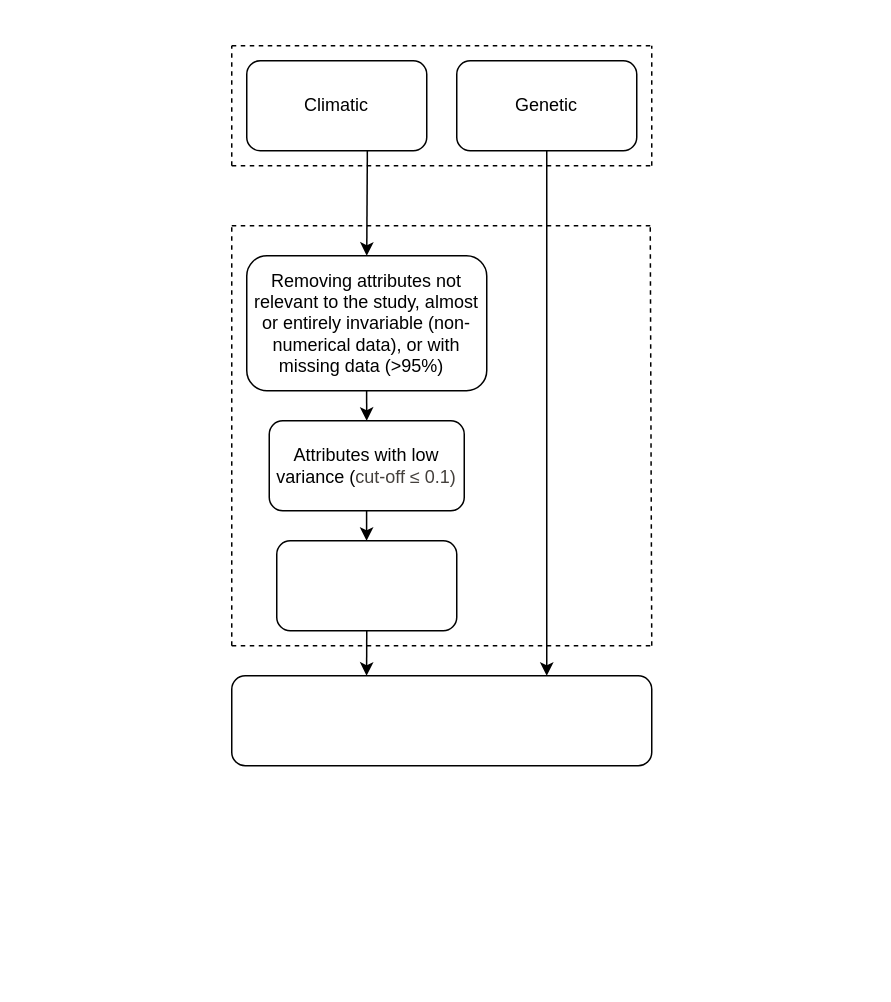
Above: papers/Gagnon_Kebe_Tahiri/diagram.drawio in scipy-conference/scipy_proceedings (draw.io), before the change. Source tidied: cells renumbered, new cells numbered last; positions are measured from the earlier drawing's top-left corner, leaving out a move shared by most shapes. Both pictures are drawn from the tidied source at 150%, with x=0, y=0 at pixel (231, 45).
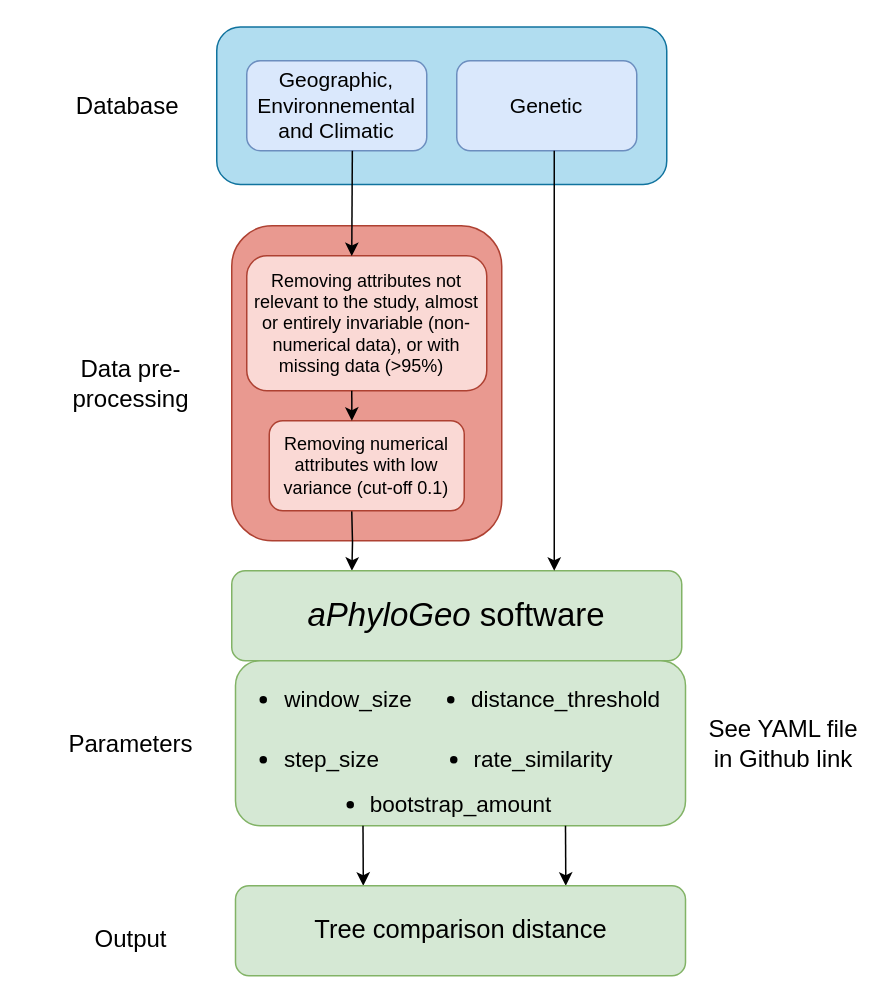
The same diagram, later.

Commit message:
Mettre à jour diagram.drawio

Diff of the diagram source:
```diff
@@
-    <mxCell id="2" style="endArrow=none;dashed=1;html=1;rounded=0;" parent="1" edge="1">
-      <mxGeometry relative="1" as="geometry">
-        <mxPoint as="sourcePoint" />
-        <mxPoint x="280" as="targetPoint" />
-      </mxGeometry>
-    </mxCell>
+    <mxCell id="21" style="rounded=1;whiteSpace=wrap;html=1;fillColor=#e99990;strokeColor=#ae4132;gradientColor=none;" parent="1" vertex="1">
+      <mxGeometry y="120" width="180" height="210" as="geometry" />
+    </mxCell>
+    <mxCell id="22" style="rounded=1;whiteSpace=wrap;html=1;fillColor=#b1ddf0;strokeColor=#10739e;" parent="1" vertex="1">
+      <mxGeometry x="-10" y="-12.5" width="300" height="105" as="geometry" />
+    </mxCell>
-    <mxCell id="3" value="Climatic" style="rounded=1;whiteSpace=wrap;html=1;" parent="1" vertex="1">
+    <mxCell id="3" value="&lt;font style=&quot;font-size: 14px;&quot;&gt;Geographic, Environnemental and Climatic&lt;/font&gt;" style="rounded=1;whiteSpace=wrap;html=1;fillColor=#dae8fc;strokeColor=#6c8ebf;" parent="1" vertex="1">
       <mxGeometry x="10" y="10" width="120" height="60" as="geometry" />
     </mxCell>
-    <mxCell id="4" value="Genetic" style="rounded=1;whiteSpace=wrap;html=1;" parent="1" vertex="1">
+    <mxCell id="4" value="&lt;font style=&quot;font-size: 14px;&quot;&gt;Genetic&lt;/font&gt;" style="rounded=1;whiteSpace=wrap;html=1;fillColor=#dae8fc;strokeColor=#6c8ebf;" parent="1" vertex="1">
       <mxGeometry x="150" y="10" width="120" height="60" as="geometry" />
     </mxCell>
-    <mxCell id="5" style="endArrow=none;dashed=1;html=1;rounded=0;" parent="1" edge="1">
-      <mxGeometry relative="1" as="geometry">
-        <mxPoint y="80" as="sourcePoint" />
-        <mxPoint as="targetPoint" />
-      </mxGeometry>
-    </mxCell>
-    <mxCell id="6" style="endArrow=none;dashed=1;html=1;rounded=0;" parent="1" edge="1">
-      <mxGeometry relative="1" as="geometry">
-        <mxPoint y="80" as="sourcePoint" />
-        <mxPoint x="280" y="80" as="targetPoint" />
-      </mxGeometry>
-    </mxCell>
-    <mxCell id="7" style="endArrow=none;dashed=1;html=1;rounded=0;" parent="1" edge="1">
-      <mxGeometry relative="1" as="geometry">
-        <mxPoint x="280" y="80" as="sourcePoint" />
-        <mxPoint x="280" as="targetPoint" />
-      </mxGeometry>
-    </mxCell>
-    <mxCell id="8" style="endArrow=none;dashed=1;html=1;rounded=0;" parent="1" edge="1">
-      <mxGeometry relative="1" as="geometry">
-        <mxPoint y="120" as="sourcePoint" />
-        <mxPoint x="280" y="120" as="targetPoint" />
-      </mxGeometry>
-    </mxCell>
-    <mxCell id="9" style="endArrow=none;dashed=1;html=1;rounded=0;" parent="1" edge="1">
-      <mxGeometry relative="1" as="geometry">
-        <mxPoint y="400" as="sourcePoint" />
-        <mxPoint y="120" as="targetPoint" />
-      </mxGeometry>
-    </mxCell>
-    <mxCell id="10" value="Removing attributes not relevant to the study, almost or entirely invariable (non-numerical data), or with missing data (&amp;gt;95%)&amp;nbsp;&amp;nbsp;" style="rounded=1;whiteSpace=wrap;html=1;" parent="1" vertex="1">
+    <mxCell id="10" value="Removing attributes not relevant to the study, almost or entirely invariable (non-numerical data), or with missing data (&amp;gt;95%)&amp;nbsp;&amp;nbsp;" style="rounded=1;whiteSpace=wrap;html=1;fillColor=#fad9d5;strokeColor=#ae4132;" parent="1" vertex="1">
       <mxGeometry x="10" y="140" width="160" height="90" as="geometry" />
     </mxCell>
-    <mxCell id="11" style="edgeStyle=orthogonalEdgeStyle;rounded=0;orthogonalLoop=1;jettySize=auto;html=1;" parent="1" edge="1">
+    <mxCell id="11" style="edgeStyle=orthogonalEdgeStyle;rounded=0;orthogonalLoop=1;jettySize=auto;html=1;entryX=0.5;entryY=0;entryDx=0;entryDy=0;" parent="1" edge="1">
       <mxGeometry relative="1" as="geometry">
-        <mxPoint x="89.9" y="310" as="sourcePoint" />
-        <mxPoint x="89.9" y="330" as="targetPoint" />
+        <mxPoint x="80" y="310" as="sourcePoint" />
+        <mxPoint x="80.1" y="350" as="targetPoint" />
       </mxGeometry>
     </mxCell>
-    <mxCell id="12" value="Attributes with low variance &lt;font style=&quot;font-size: 12px;&quot; face=&quot;Helvetica&quot;&gt;(&lt;span style=&quot;color: rgb(68, 64, 60); text-align: start; background-color: rgb(255, 255, 255);&quot;&gt;cut-off ≤ 0.1)&lt;/span&gt;&lt;/font&gt;" style="rounded=1;whiteSpace=wrap;html=1;" parent="1" vertex="1">
+    <mxCell id="12" value="&lt;div style=&quot;&quot;&gt;&lt;span style=&quot;background-color: initial;&quot;&gt;Removing numerical attributes with low variance (cut-off 0.1)&lt;/span&gt;&lt;/div&gt;" style="rounded=1;whiteSpace=wrap;html=1;fillColor=#fad9d5;strokeColor=#ae4132;align=center;" parent="1" vertex="1">
       <mxGeometry x="25" y="250" width="130" height="60" as="geometry" />
     </mxCell>
-    <mxCell id="13" style="rounded=1;whiteSpace=wrap;html=1;" parent="1" vertex="1">
-      <mxGeometry x="30" y="330" width="120" height="60" as="geometry" />
-    </mxCell>
-    <mxCell id="14" style="endArrow=none;dashed=1;html=1;rounded=0;" parent="1" edge="1">
-      <mxGeometry relative="1" as="geometry">
-        <mxPoint y="400" as="sourcePoint" />
-        <mxPoint x="280" y="400" as="targetPoint" />
-      </mxGeometry>
-    </mxCell>
-    <mxCell id="15" style="endArrow=none;dashed=1;html=1;rounded=0;" parent="1" edge="1">
-      <mxGeometry relative="1" as="geometry">
-        <mxPoint x="280" y="400" as="sourcePoint" />
-        <mxPoint x="279" y="120" as="targetPoint" />
-      </mxGeometry>
-    </mxCell>
-    <mxCell id="16" style="endArrow=classic;html=1;rounded=0;entryX=0.5;entryY=0;entryDx=0;entryDy=0;exitX=0.67;exitY=0.997;exitDx=0;exitDy=0;exitPerimeter=0;" parent="1" edge="1" source="3" target="10">
-      <mxGeometry relative="1" as="geometry" />
+    <mxCell id="16" style="endArrow=classic;html=1;rounded=0;entryX=0.5;entryY=0;entryDx=0;entryDy=0;exitX=0.67;exitY=0.997;exitDx=0;exitDy=0;exitPerimeter=0;" parent="1" edge="1">
+      <mxGeometry relative="1" as="geometry">
+        <mxPoint x="80.4" y="70" as="sourcePoint" />
+        <mxPoint x="80" y="140.2" as="targetPoint" />
+      </mxGeometry>
     </mxCell>
     <mxCell id="17" style="endArrow=classic;html=1;rounded=0;exitX=0.5;exitY=1;exitDx=0;exitDy=0;" parent="1" edge="1">
       <mxGeometry relative="1" as="geometry">
-        <mxPoint x="89.9" y="230" as="sourcePoint" />
-        <mxPoint x="90" y="250" as="targetPoint" />
+        <mxPoint x="80" y="230" as="sourcePoint" />
+        <mxPoint x="80.1" y="250" as="targetPoint" />
       </mxGeometry>
     </mxCell>
-    <mxCell id="18" style="rounded=1;whiteSpace=wrap;html=1;" parent="1" vertex="1">
-      <mxGeometry y="420" width="280" height="60" as="geometry" />
+    <mxCell id="18" value="&lt;font style=&quot;font-size: 22px;&quot;&gt;&lt;i&gt;aPhyloGeo&lt;/i&gt; software&lt;/font&gt;" style="rounded=1;whiteSpace=wrap;html=1;fillColor=#d5e8d4;strokeColor=#82b366;" parent="1" vertex="1">
+      <mxGeometry y="350" width="300" height="60" as="geometry" />
     </mxCell>
-    <mxCell id="19" style="endArrow=classic;html=1;rounded=0;entryX=0.303;entryY=0.003;entryDx=0;entryDy=0;entryPerimeter=0;exitX=0.458;exitY=1.021;exitDx=0;exitDy=0;exitPerimeter=0;" parent="1" edge="1">
-      <mxGeometry relative="1" as="geometry">
-        <mxPoint x="90" y="389.8" as="sourcePoint" />
-        <mxPoint x="89.9" y="420" as="targetPoint" />
-      </mxGeometry>
-    </mxCell>
-    <mxCell id="20" style="endArrow=classic;html=1;rounded=0;exitX=0.5;exitY=1;exitDx=0;exitDy=0;entryX=0.75;entryY=0;entryDx=0;entryDy=0;" parent="1" edge="1" source="4" target="18">
-      <mxGeometry relative="1" as="geometry" />
+    <mxCell id="20" style="endArrow=classic;html=1;rounded=0;entryX=0.75;entryY=0;entryDx=0;entryDy=0;exitX=0.625;exitY=1;exitDx=0;exitDy=0;exitPerimeter=0;" parent="1" edge="1">
+      <mxGeometry relative="1" as="geometry">
+        <mxPoint x="215" y="70" as="sourcePoint" />
+        <mxPoint x="215" y="350" as="targetPoint" />
+      </mxGeometry>
     </mxCell>
+    <mxCell id="23" value="&lt;div style=&quot;margin-top: 0px; margin-bottom: 0px; padding-left: 0px; padding-right: 0px;&quot;&gt;&lt;br&gt;&lt;/div&gt;" style="rounded=1;whiteSpace=wrap;html=1;align=center;fillColor=#d5e8d4;strokeColor=#82b366;" parent="1" vertex="1">
+      <mxGeometry x="2.5" y="410" width="300" height="110" as="geometry" />
+    </mxCell>
+    <mxCell id="24" value="&lt;ul&gt;&lt;li&gt;&lt;font style=&quot;font-size: 15px;&quot;&gt;window_size&lt;/font&gt;&lt;/li&gt;&lt;/ul&gt;" style="text;html=1;align=center;verticalAlign=middle;whiteSpace=wrap;rounded=0;fontSize=16;" parent="1" vertex="1">
+      <mxGeometry x="27.5" y="420" width="60" height="30" as="geometry" />
+    </mxCell>
+    <mxCell id="25" value="&lt;ul&gt;&lt;li&gt;&lt;font style=&quot;font-size: 15px;&quot;&gt;step_size&lt;/font&gt;&lt;/li&gt;&lt;/ul&gt;" style="text;html=1;align=center;verticalAlign=middle;whiteSpace=wrap;rounded=0;fontSize=16;" parent="1" vertex="1">
+      <mxGeometry x="16.5" y="460" width="60" height="30" as="geometry" />
+    </mxCell>
+    <mxCell id="26" value="&lt;ul&gt;&lt;li&gt;&lt;font style=&quot;font-size: 15px;&quot;&gt;distance_threshold&lt;/font&gt;&lt;/li&gt;&lt;/ul&gt;" style="text;html=1;align=center;verticalAlign=middle;whiteSpace=wrap;rounded=0;fontSize=16;" parent="1" vertex="1">
+      <mxGeometry x="172.5" y="420" width="60" height="30" as="geometry" />
+    </mxCell>
+    <mxCell id="27" value="&lt;ul&gt;&lt;li&gt;&lt;font style=&quot;font-size: 15px;&quot;&gt;rate_similarity&lt;/font&gt;&lt;/li&gt;&lt;/ul&gt;" style="text;html=1;align=center;verticalAlign=middle;whiteSpace=wrap;rounded=0;fontSize=16;" parent="1" vertex="1">
+      <mxGeometry x="157.5" y="460" width="60" height="30" as="geometry" />
+    </mxCell>
+    <mxCell id="28" value="&lt;ul&gt;&lt;li&gt;&lt;font style=&quot;font-size: 15px;&quot;&gt;bootstrap_amount&lt;/font&gt;&lt;/li&gt;&lt;/ul&gt;" style="text;html=1;align=center;verticalAlign=middle;whiteSpace=wrap;rounded=0;fontSize=16;" parent="1" vertex="1">
+      <mxGeometry x="102.5" y="490" width="60" height="30" as="geometry" />
+    </mxCell>
+    <mxCell id="29" style="endArrow=classic;html=1;rounded=0;entryX=0.32;entryY=-0.031;entryDx=0;entryDy=0;entryPerimeter=0;exitX=0.5;exitY=1;exitDx=0;exitDy=0;" parent="1" edge="1">
+      <mxGeometry relative="1" as="geometry">
+        <mxPoint x="87.5" y="520" as="sourcePoint" />
+        <mxPoint x="87.7" y="560" as="targetPoint" />
+      </mxGeometry>
+    </mxCell>
+    <mxCell id="30" style="endArrow=classic;html=1;rounded=0;entryX=0.32;entryY=-0.031;entryDx=0;entryDy=0;entryPerimeter=0;exitX=0.5;exitY=1;exitDx=0;exitDy=0;" parent="1" edge="1">
+      <mxGeometry relative="1" as="geometry">
+        <mxPoint x="222.5" y="520" as="sourcePoint" />
+        <mxPoint x="222.7" y="560" as="targetPoint" />
+      </mxGeometry>
+    </mxCell>
+    <mxCell id="31" value="&lt;font style=&quot;font-size: 17px;&quot;&gt;Tree comparison distance&lt;/font&gt;" style="rounded=1;whiteSpace=wrap;html=1;fillColor=#d5e8d4;strokeColor=#82b366;" parent="1" vertex="1">
+      <mxGeometry x="2.5" y="560" width="300" height="60" as="geometry" />
+    </mxCell>
+    <mxCell id="32" value="Database&amp;nbsp;" style="text;html=1;align=center;verticalAlign=middle;whiteSpace=wrap;rounded=0;fontSize=16;" parent="1" vertex="1">
+      <mxGeometry x="-97.5" y="25" width="60" height="30" as="geometry" />
+    </mxCell>
+    <mxCell id="33" value="Data pre-processing" style="text;html=1;align=center;verticalAlign=middle;whiteSpace=wrap;rounded=0;fontSize=16;" parent="1" vertex="1">
+      <mxGeometry x="-137.5" y="200" width="140" height="50" as="geometry" />
+    </mxCell>
+    <mxCell id="34" value="Output" style="text;html=1;align=center;verticalAlign=middle;whiteSpace=wrap;rounded=0;fontSize=16;" parent="1" vertex="1">
+      <mxGeometry x="-117.5" y="570" width="100" height="50" as="geometry" />
+    </mxCell>
+    <mxCell id="35" value="Parameters" style="text;html=1;align=center;verticalAlign=middle;whiteSpace=wrap;rounded=0;fontSize=16;" parent="1" vertex="1">
+      <mxGeometry x="-122.5" y="440" width="110" height="50" as="geometry" />
+    </mxCell>
+    <mxCell id="36" value="See YAML file in Github link" style="text;html=1;align=center;verticalAlign=middle;whiteSpace=wrap;rounded=0;fontSize=16;" parent="1" vertex="1">
+      <mxGeometry x="312.5" y="440" width="110" height="50" as="geometry" />
+    </mxCell>
```
